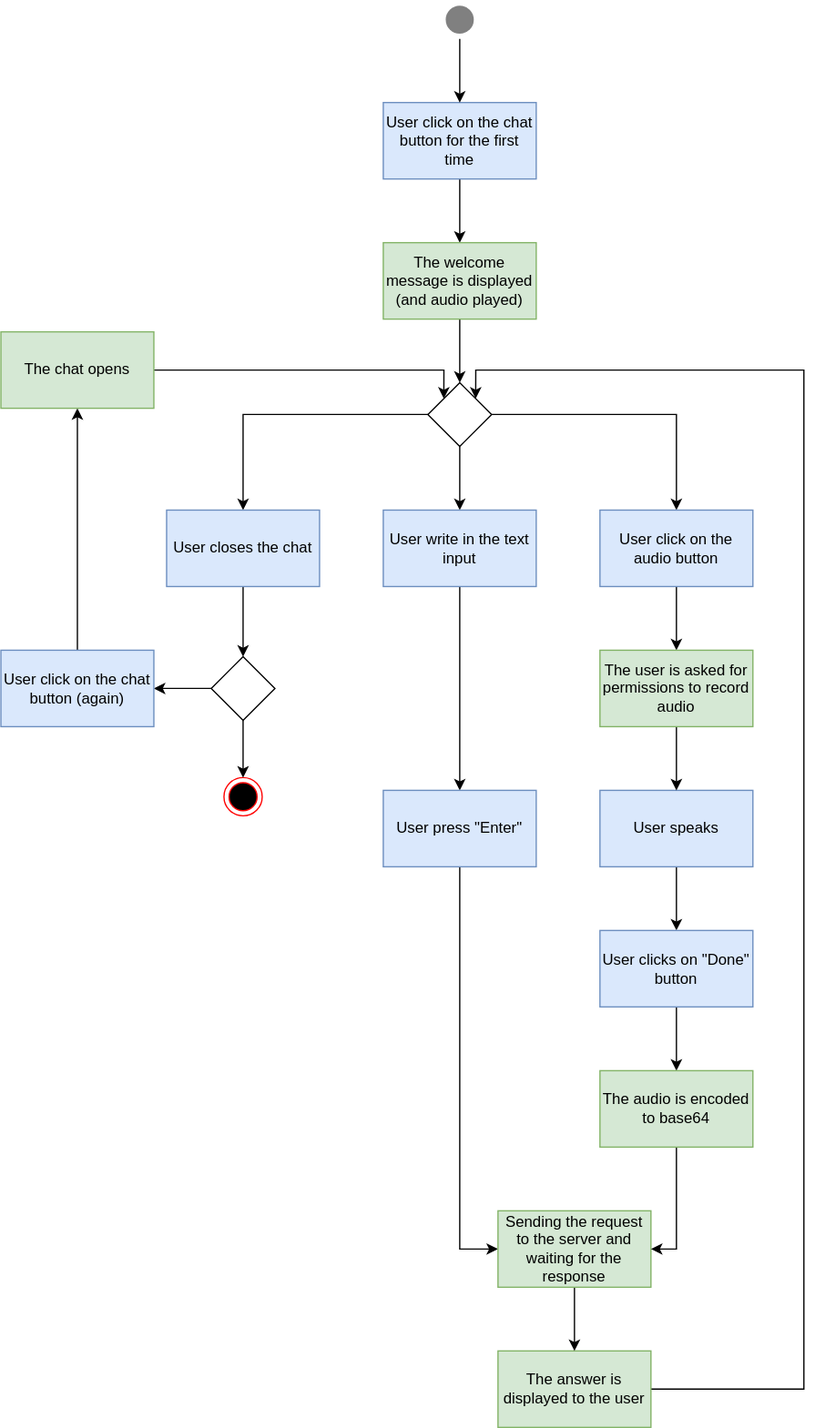
The draw.io diagram public/imgs/posts/post013/naive_version_activity_diagram.drawio.svg in Aykelith/alexprisacariu.dev, before a commit. Source tidied: cells renumbered, new cells last; positions are measured from the earlier drawing's top-left corner, leaving out a move shared by most shapes.
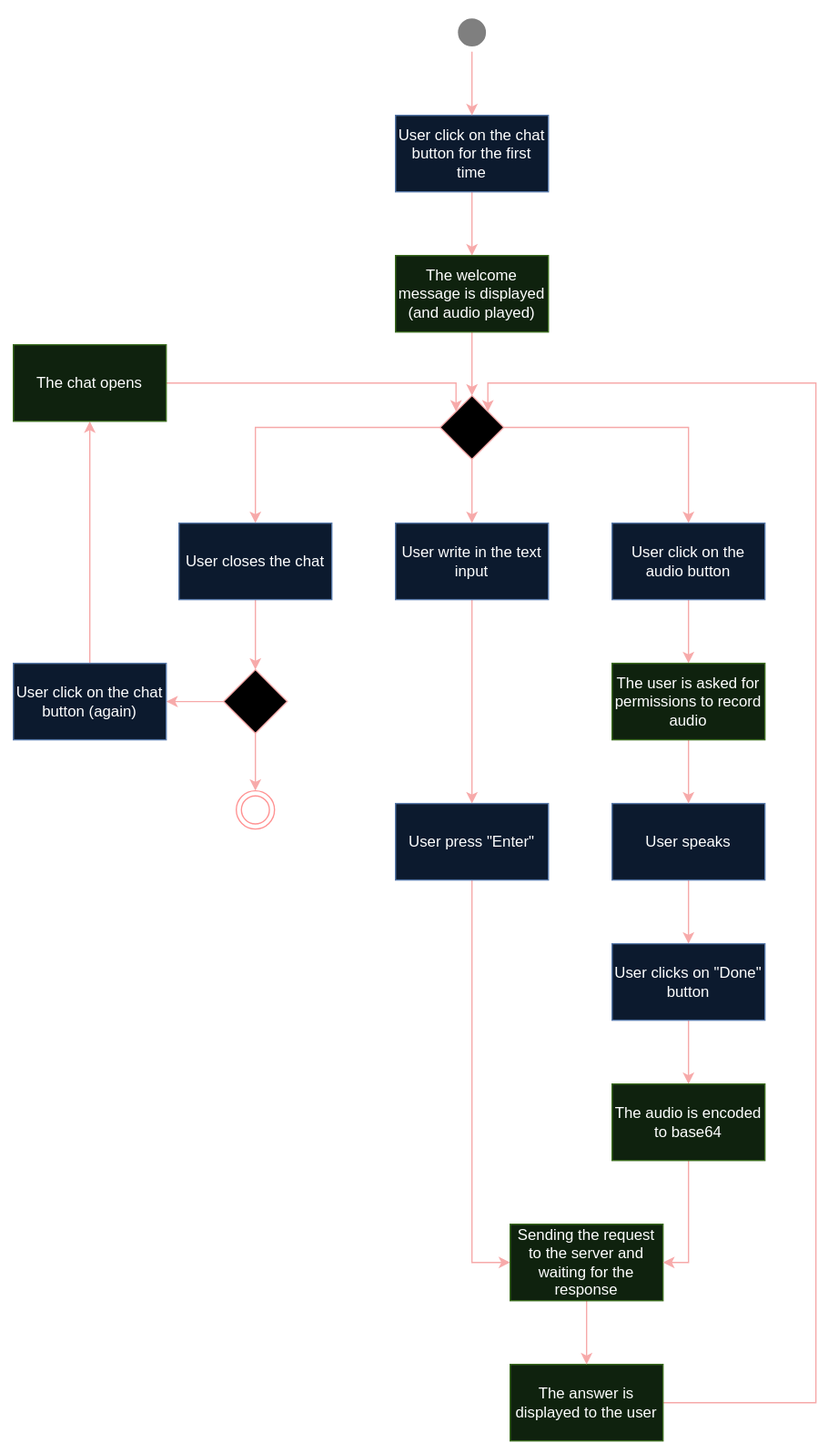
The same file after the commit.

Diff of the diagram source:
```diff
@@ -2,19 +2,19 @@
   <root>
     <mxCell id="0" />
     <mxCell id="1" parent="0" />
-    <mxCell id="2" style="edgeStyle=orthogonalEdgeStyle;rounded=0;jettySize=auto;html=1;entryX=0.5;entryY=0;entryDx=0;entryDy=0;fontFamily=Helvetica;fontSize=12;fontColor=default;" parent="1" edge="1" source="5" target="16">
+    <mxCell id="2" style="edgeStyle=orthogonalEdgeStyle;rounded=0;jettySize=auto;html=1;entryX=0.5;entryY=0;entryDx=0;entryDy=0;fontFamily=Helvetica;fontSize=12;fontColor=default;strokeColor=#823535;" parent="1" edge="1" source="5" target="16">
       <mxGeometry relative="1" as="geometry" />
     </mxCell>
-    <mxCell id="3" style="edgeStyle=orthogonalEdgeStyle;rounded=0;jettySize=auto;html=1;entryX=0.5;entryY=0;entryDx=0;entryDy=0;fontFamily=Helvetica;fontSize=12;fontColor=default;" parent="1" edge="1" source="5" target="14">
+    <mxCell id="3" style="edgeStyle=orthogonalEdgeStyle;rounded=0;jettySize=auto;html=1;entryX=0.5;entryY=0;entryDx=0;entryDy=0;fontFamily=Helvetica;fontSize=12;fontColor=default;strokeColor=#823535;" parent="1" edge="1" source="5" target="14">
       <mxGeometry relative="1" as="geometry" />
     </mxCell>
-    <mxCell id="4" style="edgeStyle=orthogonalEdgeStyle;rounded=0;jettySize=auto;html=1;entryX=0.5;entryY=0;entryDx=0;entryDy=0;fontFamily=Helvetica;fontSize=12;fontColor=default;" parent="1" edge="1" source="5" target="12">
+    <mxCell id="4" style="edgeStyle=orthogonalEdgeStyle;rounded=0;jettySize=auto;html=1;entryX=0.5;entryY=0;entryDx=0;entryDy=0;fontFamily=Helvetica;fontSize=12;fontColor=default;strokeColor=#823535;" parent="1" edge="1" source="5" target="12">
       <mxGeometry relative="1" as="geometry" />
     </mxCell>
-    <mxCell id="5" style="rhombus;whiteSpace=wrap;html=1;" parent="1" vertex="1">
+    <mxCell id="5" style="rhombus;whiteSpace=wrap;html=1;strokeColor=#823535;" parent="1" vertex="1">
       <mxGeometry x="335" y="299.9" width="50" height="50" as="geometry" />
     </mxCell>
-    <mxCell id="6" style="edgeStyle=orthogonalEdgeStyle;rounded=0;jettySize=auto;html=1;entryX=0.5;entryY=0;entryDx=0;entryDy=0;fontFamily=Helvetica;fontSize=12;fontColor=default;" parent="1" edge="1" source="7" target="33">
+    <mxCell id="6" style="edgeStyle=orthogonalEdgeStyle;rounded=0;jettySize=auto;html=1;entryX=0.5;entryY=0;entryDx=0;entryDy=0;fontFamily=Helvetica;fontSize=12;fontColor=default;strokeColor=#823535;" parent="1" edge="1" source="7" target="33">
       <mxGeometry relative="1" as="geometry" />
     </mxCell>
     <mxCell id="7" value="User click on the chat button for the first time" style="rounded=0;whiteSpace=wrap;html=1;fillColor=#dae8fc;strokeColor=#6c8ebf;" parent="1" vertex="1">
@@ -23,64 +23,64 @@
     <mxCell id="8" style="ellipse;html=1;shape=endState;fillColor=#000000;strokeColor=#ff0000;" parent="1" vertex="1">
       <mxGeometry x="175" y="609.9" width="30" height="30" as="geometry" />
     </mxCell>
-    <mxCell id="9" style="edgeStyle=orthogonalEdgeStyle;rounded=0;jettySize=auto;html=1;entryX=0.5;entryY=0;entryDx=0;entryDy=0;fontFamily=Helvetica;fontSize=12;fontColor=default;" parent="1" edge="1" source="10" target="7">
+    <mxCell id="9" style="edgeStyle=orthogonalEdgeStyle;rounded=0;jettySize=auto;html=1;entryX=0.5;entryY=0;entryDx=0;entryDy=0;fontFamily=Helvetica;fontSize=12;fontColor=default;strokeColor=#823535;" parent="1" edge="1" source="10" target="7">
       <mxGeometry relative="1" as="geometry" />
     </mxCell>
     <mxCell id="10" style="ellipse;html=1;shape=endState;fillColor=#808080;strokeColor=none;strokeWidth=1;" parent="1" vertex="1">
       <mxGeometry x="345" width="30" height="30" as="geometry" />
     </mxCell>
-    <mxCell id="11" style="edgeStyle=orthogonalEdgeStyle;rounded=0;jettySize=auto;html=1;entryX=0.5;entryY=0;entryDx=0;entryDy=0;fontFamily=Helvetica;fontSize=12;fontColor=default;" parent="1" edge="1" source="12" target="31">
+    <mxCell id="11" style="edgeStyle=orthogonalEdgeStyle;rounded=0;jettySize=auto;html=1;entryX=0.5;entryY=0;entryDx=0;entryDy=0;fontFamily=Helvetica;fontSize=12;fontColor=default;strokeColor=#823535;" parent="1" edge="1" source="12" target="31">
       <mxGeometry relative="1" as="geometry" />
     </mxCell>
     <mxCell id="12" value="User click on the audio button" style="rounded=0;whiteSpace=wrap;html=1;fillColor=#dae8fc;strokeColor=#6c8ebf;" parent="1" vertex="1">
       <mxGeometry x="470" y="399.9" width="120" height="60" as="geometry" />
     </mxCell>
-    <mxCell id="13" style="edgeStyle=orthogonalEdgeStyle;rounded=0;jettySize=auto;html=1;entryX=0.5;entryY=0;entryDx=0;entryDy=0;fontFamily=Helvetica;fontSize=12;fontColor=default;" parent="1" edge="1" source="14" target="23">
+    <mxCell id="13" style="edgeStyle=orthogonalEdgeStyle;rounded=0;jettySize=auto;html=1;entryX=0.5;entryY=0;entryDx=0;entryDy=0;fontFamily=Helvetica;fontSize=12;fontColor=default;strokeColor=#823535;" parent="1" edge="1" source="14" target="23">
       <mxGeometry relative="1" as="geometry" />
     </mxCell>
     <mxCell id="14" value="User write in the text input" style="rounded=0;whiteSpace=wrap;html=1;fillColor=#dae8fc;strokeColor=#6c8ebf;" parent="1" vertex="1">
       <mxGeometry x="300" y="399.9" width="120" height="60" as="geometry" />
     </mxCell>
-    <mxCell id="15" style="edgeStyle=orthogonalEdgeStyle;rounded=0;jettySize=auto;html=1;entryX=0.5;entryY=0;entryDx=0;entryDy=0;fontFamily=Helvetica;fontSize=12;fontColor=default;" parent="1" edge="1" source="16" target="19">
+    <mxCell id="15" style="edgeStyle=orthogonalEdgeStyle;rounded=0;jettySize=auto;html=1;entryX=0.5;entryY=0;entryDx=0;entryDy=0;fontFamily=Helvetica;fontSize=12;fontColor=default;strokeColor=#823535;" parent="1" edge="1" source="16" target="19">
       <mxGeometry relative="1" as="geometry" />
     </mxCell>
     <mxCell id="16" value="User closes the chat" style="rounded=0;whiteSpace=wrap;html=1;fillColor=#dae8fc;strokeColor=#6c8ebf;" parent="1" vertex="1">
       <mxGeometry x="130" y="399.9" width="120" height="60" as="geometry" />
     </mxCell>
-    <mxCell id="17" style="edgeStyle=orthogonalEdgeStyle;rounded=0;jettySize=auto;html=1;entryX=1;entryY=0.5;entryDx=0;entryDy=0;fontFamily=Helvetica;fontSize=12;fontColor=default;" parent="1" edge="1" source="19" target="21">
+    <mxCell id="17" style="edgeStyle=orthogonalEdgeStyle;rounded=0;jettySize=auto;html=1;entryX=1;entryY=0.5;entryDx=0;entryDy=0;fontFamily=Helvetica;fontSize=12;fontColor=default;strokeColor=#823535;" parent="1" edge="1" source="19" target="21">
       <mxGeometry relative="1" as="geometry" />
     </mxCell>
-    <mxCell id="18" style="edgeStyle=orthogonalEdgeStyle;rounded=0;jettySize=auto;html=1;entryX=0.5;entryY=0;entryDx=0;entryDy=0;fontFamily=Helvetica;fontSize=12;fontColor=default;" parent="1" edge="1" source="19" target="8">
+    <mxCell id="18" style="edgeStyle=orthogonalEdgeStyle;rounded=0;jettySize=auto;html=1;entryX=0.5;entryY=0;entryDx=0;entryDy=0;fontFamily=Helvetica;fontSize=12;fontColor=default;strokeColor=#823535;" parent="1" edge="1" source="19" target="8">
       <mxGeometry relative="1" as="geometry" />
     </mxCell>
-    <mxCell id="19" style="rhombus;whiteSpace=wrap;html=1;" parent="1" vertex="1">
+    <mxCell id="19" style="rhombus;whiteSpace=wrap;html=1;strokeColor=#823535;" parent="1" vertex="1">
       <mxGeometry x="165" y="514.9" width="50" height="50" as="geometry" />
     </mxCell>
-    <mxCell id="20" style="edgeStyle=orthogonalEdgeStyle;rounded=0;jettySize=auto;html=1;entryX=0.5;entryY=1;entryDx=0;entryDy=0;fontFamily=Helvetica;fontSize=12;fontColor=default;" parent="1" edge="1" source="21" target="35">
+    <mxCell id="20" style="edgeStyle=orthogonalEdgeStyle;rounded=0;jettySize=auto;html=1;entryX=0.5;entryY=1;entryDx=0;entryDy=0;fontFamily=Helvetica;fontSize=12;fontColor=default;strokeColor=#823535;" parent="1" edge="1" source="21" target="35">
       <mxGeometry relative="1" as="geometry" />
     </mxCell>
     <mxCell id="21" value="User click on the chat button (again)" style="rounded=0;whiteSpace=wrap;html=1;fillColor=#dae8fc;strokeColor=#6c8ebf;" parent="1" vertex="1">
       <mxGeometry y="509.9" width="120" height="60" as="geometry" />
     </mxCell>
-    <mxCell id="22" style="edgeStyle=orthogonalEdgeStyle;rounded=0;jettySize=auto;html=1;entryX=0;entryY=0.5;entryDx=0;entryDy=0;fontFamily=Helvetica;fontSize=12;fontColor=default;" parent="1" edge="1" source="23" target="37">
+    <mxCell id="22" style="edgeStyle=orthogonalEdgeStyle;rounded=0;jettySize=auto;html=1;entryX=0;entryY=0.5;entryDx=0;entryDy=0;fontFamily=Helvetica;fontSize=12;fontColor=default;strokeColor=#823535;" parent="1" edge="1" source="23" target="37">
       <mxGeometry relative="1" as="geometry" />
     </mxCell>
     <mxCell id="23" value="User press &quot;Enter&quot;" style="rounded=0;whiteSpace=wrap;html=1;fillColor=#dae8fc;strokeColor=#6c8ebf;" parent="1" vertex="1">
       <mxGeometry x="300" y="619.9" width="120" height="60" as="geometry" />
     </mxCell>
-    <mxCell id="24" style="edgeStyle=orthogonalEdgeStyle;rounded=0;jettySize=auto;html=1;entryX=0.5;entryY=0;entryDx=0;entryDy=0;fontFamily=Helvetica;fontSize=12;fontColor=default;" parent="1" edge="1" source="25" target="27">
+    <mxCell id="24" style="edgeStyle=orthogonalEdgeStyle;rounded=0;jettySize=auto;html=1;entryX=0.5;entryY=0;entryDx=0;entryDy=0;fontFamily=Helvetica;fontSize=12;fontColor=default;strokeColor=#823535;" parent="1" edge="1" source="25" target="27">
       <mxGeometry relative="1" as="geometry" />
     </mxCell>
     <mxCell id="25" value="User speaks" style="rounded=0;whiteSpace=wrap;html=1;fillColor=#dae8fc;strokeColor=#6c8ebf;" parent="1" vertex="1">
       <mxGeometry x="470" y="619.9" width="120" height="60" as="geometry" />
     </mxCell>
-    <mxCell id="26" style="edgeStyle=orthogonalEdgeStyle;rounded=0;jettySize=auto;html=1;entryX=0.5;entryY=0;entryDx=0;entryDy=0;fontFamily=Helvetica;fontSize=12;fontColor=default;" parent="1" edge="1" source="27" target="39">
+    <mxCell id="26" style="edgeStyle=orthogonalEdgeStyle;rounded=0;jettySize=auto;html=1;entryX=0.5;entryY=0;entryDx=0;entryDy=0;fontFamily=Helvetica;fontSize=12;fontColor=default;strokeColor=#823535;" parent="1" edge="1" source="27" target="39">
       <mxGeometry relative="1" as="geometry" />
     </mxCell>
     <mxCell id="27" value="User clicks on &quot;Done&quot; button" style="rounded=0;whiteSpace=wrap;html=1;fillColor=#dae8fc;strokeColor=#6c8ebf;" parent="1" vertex="1">
       <mxGeometry x="470" y="729.9" width="120" height="60" as="geometry" />
     </mxCell>
-    <mxCell id="28" style="edgeStyle=orthogonalEdgeStyle;rounded=0;jettySize=auto;html=1;entryX=1;entryY=0;entryDx=0;entryDy=0;fontFamily=Helvetica;fontSize=12;fontColor=default;exitX=1;exitY=0.5;exitDx=0;exitDy=0;" parent="1" edge="1" source="29" target="5">
+    <mxCell id="28" style="edgeStyle=orthogonalEdgeStyle;rounded=0;jettySize=auto;html=1;entryX=1;entryY=0;entryDx=0;entryDy=0;fontFamily=Helvetica;fontSize=12;fontColor=default;exitX=1;exitY=0.5;exitDx=0;exitDy=0;strokeColor=#823535;" parent="1" edge="1" source="29" target="5">
       <mxGeometry relative="1" as="geometry">
         <Array as="points">
           <mxPoint x="630" y="1090" />
@@ -92,19 +92,19 @@
     <mxCell id="29" value="The answer is displayed to the user" style="rounded=0;whiteSpace=wrap;html=1;strokeWidth=1;align=center;verticalAlign=middle;fontFamily=Helvetica;fontSize=12;fillColor=#d5e8d4;strokeColor=#82b366;" parent="1" vertex="1">
       <mxGeometry x="390" y="1060" width="120" height="60" as="geometry" />
     </mxCell>
-    <mxCell id="30" style="edgeStyle=orthogonalEdgeStyle;rounded=0;jettySize=auto;html=1;entryX=0.5;entryY=0;entryDx=0;entryDy=0;fontFamily=Helvetica;fontSize=12;fontColor=default;" parent="1" edge="1" source="31" target="25">
+    <mxCell id="30" style="edgeStyle=orthogonalEdgeStyle;rounded=0;jettySize=auto;html=1;entryX=0.5;entryY=0;entryDx=0;entryDy=0;fontFamily=Helvetica;fontSize=12;fontColor=default;strokeColor=#823535;" parent="1" edge="1" source="31" target="25">
       <mxGeometry relative="1" as="geometry" />
     </mxCell>
     <mxCell id="31" value="The user is asked for permissions to record audio" style="rounded=0;whiteSpace=wrap;html=1;strokeWidth=1;align=center;verticalAlign=middle;fontFamily=Helvetica;fontSize=12;fillColor=#d5e8d4;strokeColor=#82b366;" parent="1" vertex="1">
       <mxGeometry x="470" y="509.9" width="120" height="60" as="geometry" />
     </mxCell>
-    <mxCell id="32" style="edgeStyle=orthogonalEdgeStyle;rounded=0;jettySize=auto;html=1;entryX=0.5;entryY=0;entryDx=0;entryDy=0;fontFamily=Helvetica;fontSize=12;fontColor=default;" parent="1" edge="1" source="33" target="5">
+    <mxCell id="32" style="edgeStyle=orthogonalEdgeStyle;rounded=0;jettySize=auto;html=1;entryX=0.5;entryY=0;entryDx=0;entryDy=0;fontFamily=Helvetica;fontSize=12;fontColor=default;strokeColor=#823535;" parent="1" edge="1" source="33" target="5">
       <mxGeometry relative="1" as="geometry" />
     </mxCell>
     <mxCell id="33" value="The welcome message is displayed (and audio played)" style="rounded=0;whiteSpace=wrap;html=1;strokeWidth=1;align=center;verticalAlign=middle;fontFamily=Helvetica;fontSize=12;fillColor=#d5e8d4;strokeColor=#82b366;" parent="1" vertex="1">
       <mxGeometry x="300" y="190" width="120" height="60" as="geometry" />
     </mxCell>
-    <mxCell id="34" style="edgeStyle=orthogonalEdgeStyle;rounded=0;jettySize=auto;html=1;entryX=0;entryY=0;entryDx=0;entryDy=0;fontFamily=Helvetica;fontSize=12;fontColor=default;" parent="1" edge="1" source="35" target="5">
+    <mxCell id="34" style="edgeStyle=orthogonalEdgeStyle;rounded=0;jettySize=auto;html=1;entryX=0;entryY=0;entryDx=0;entryDy=0;fontFamily=Helvetica;fontSize=12;fontColor=default;strokeColor=#823535;" parent="1" edge="1" source="35" target="5">
       <mxGeometry relative="1" as="geometry">
         <Array as="points">
           <mxPoint x="348" y="290" />
@@ -114,13 +114,13 @@
     <mxCell id="35" value="The chat opens" style="rounded=0;whiteSpace=wrap;html=1;strokeWidth=1;align=center;verticalAlign=middle;fontFamily=Helvetica;fontSize=12;fillColor=#d5e8d4;strokeColor=#82b366;" parent="1" vertex="1">
       <mxGeometry y="260" width="120" height="60" as="geometry" />
     </mxCell>
-    <mxCell id="36" style="edgeStyle=orthogonalEdgeStyle;rounded=0;jettySize=auto;html=1;entryX=0.5;entryY=0;entryDx=0;entryDy=0;fontFamily=Helvetica;fontSize=12;fontColor=default;" parent="1" edge="1" source="37" target="29">
+    <mxCell id="36" style="edgeStyle=orthogonalEdgeStyle;rounded=0;jettySize=auto;html=1;entryX=0.5;entryY=0;entryDx=0;entryDy=0;fontFamily=Helvetica;fontSize=12;fontColor=default;strokeColor=#823535;" parent="1" edge="1" source="37" target="29">
       <mxGeometry relative="1" as="geometry" />
     </mxCell>
     <mxCell id="37" value="Sending the request to the server and waiting for the response" style="rounded=0;whiteSpace=wrap;html=1;strokeWidth=1;align=center;verticalAlign=middle;fontFamily=Helvetica;fontSize=12;fillColor=#d5e8d4;strokeColor=#82b366;" parent="1" vertex="1">
       <mxGeometry x="390" y="950" width="120" height="60" as="geometry" />
     </mxCell>
-    <mxCell id="38" style="edgeStyle=orthogonalEdgeStyle;rounded=0;jettySize=auto;html=1;entryX=1;entryY=0.5;entryDx=0;entryDy=0;fontFamily=Helvetica;fontSize=12;fontColor=default;" parent="1" edge="1" source="39" target="37">
+    <mxCell id="38" style="edgeStyle=orthogonalEdgeStyle;rounded=0;jettySize=auto;html=1;entryX=1;entryY=0.5;entryDx=0;entryDy=0;fontFamily=Helvetica;fontSize=12;fontColor=default;strokeColor=#823535;" parent="1" edge="1" source="39" target="37">
       <mxGeometry relative="1" as="geometry" />
     </mxCell>
     <mxCell id="39" value="The audio is encoded to base64" style="rounded=0;whiteSpace=wrap;html=1;strokeWidth=1;align=center;verticalAlign=middle;fontFamily=Helvetica;fontSize=12;fillColor=#d5e8d4;strokeColor=#82b366;" parent="1" vertex="1">
```
